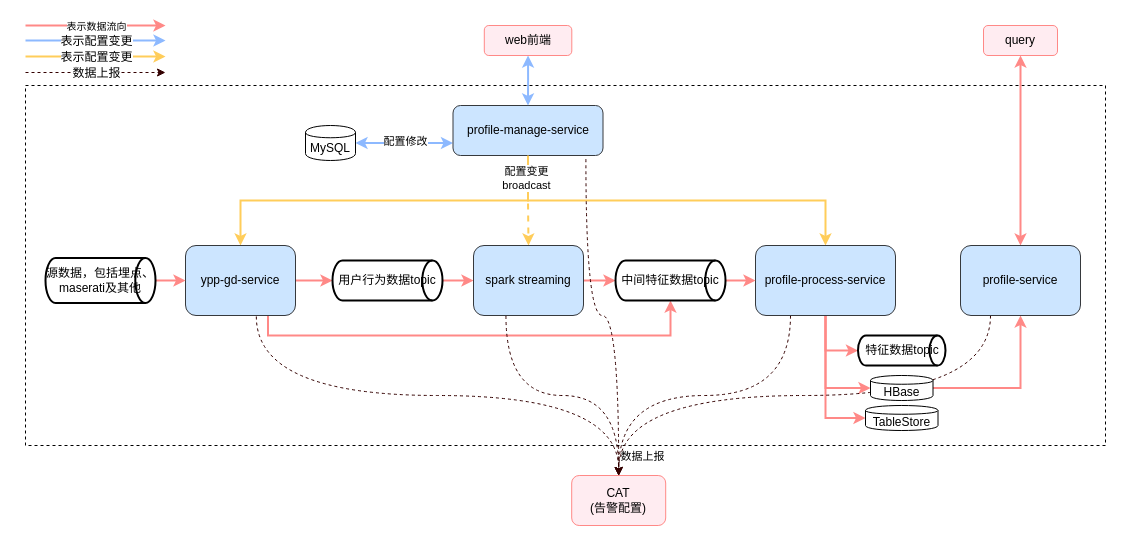
qingchao-kong/draw.io keeps this draw.io diagram as 运行架构图.drawio. Above is the earlier version. Source tidied: cells renumbered, new cells numbered last; positions are measured from the earlier drawing's top-left corner, leaving out a move shared by most shapes. Both pictures are drawn from the tidied source at 100%, with x=0, y=0 at pixel (25, 25).
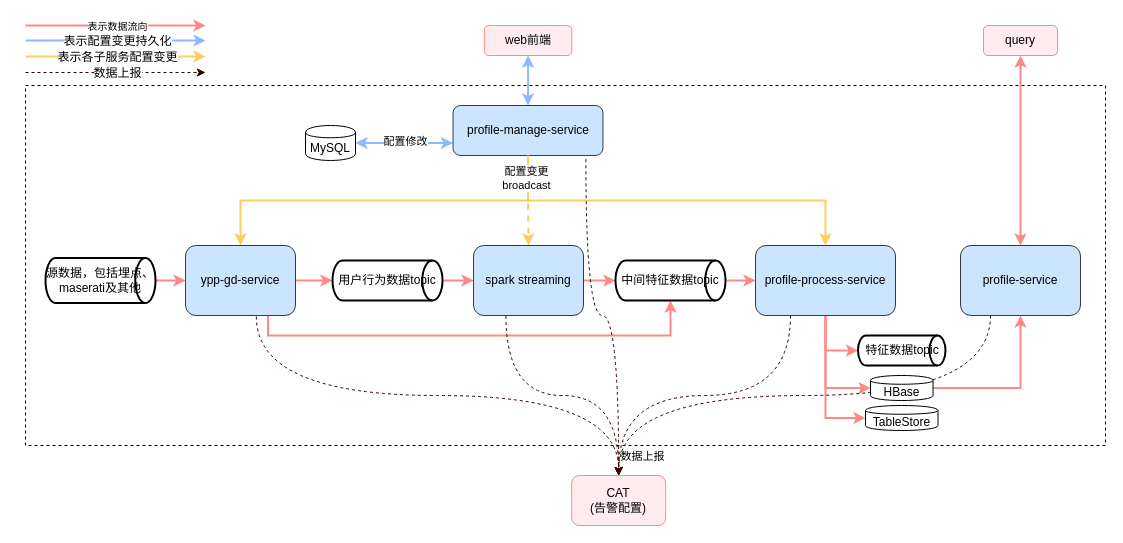
The same diagram, later.

Commit message:
Update 运行架构图.drawio

Change to the diagram source:
```diff
@@
     <mxCell id="30" style="endArrow=classic;html=1;fillColor=#ff8987;strokeColor=#ff8987;strokeWidth=2;" parent="1" edge="1">
       <mxGeometry relative="1" as="geometry">
         <mxPoint as="sourcePoint" />
-        <mxPoint x="140" as="targetPoint" />
+        <mxPoint x="180" as="targetPoint" />
       </mxGeometry>
     </mxCell>
@@
     <mxCell id="33" style="endArrow=classic;html=1;fillColor=#8db9ff;strokeColor=#8db9ff;strokeWidth=2;" parent="1" edge="1">
       <mxGeometry relative="1" as="geometry">
         <mxPoint y="15" as="sourcePoint" />
-        <mxPoint x="140" y="15" as="targetPoint" />
+        <mxPoint x="180" y="15" as="targetPoint" />
       </mxGeometry>
     </mxCell>
-    <mxCell id="34" value="表示配置变更" style="text;html=1;align=center;verticalAlign=middle;labelBackgroundColor=#ffffff;childText;" parent="33" vertex="1">
+    <mxCell id="34" value="表示配置变更持久化" style="text;html=1;align=center;verticalAlign=middle;labelBackgroundColor=#ffffff;childText;" parent="33" vertex="1">
       <mxGeometry x="0.07" y="-1" relative="1" as="geometry">
         <mxPoint x="-5" y="-1" as="offset" />
       </mxGeometry>
     </mxCell>
     <mxCell id="35" style="endArrow=classic;html=1;fillColor=#ffcd5a;strokeColor=#ffcd5a;strokeWidth=2;" parent="1" edge="1">
       <mxGeometry relative="1" as="geometry">
         <mxPoint y="31" as="sourcePoint" />
-        <mxPoint x="140" y="31" as="targetPoint" />
+        <mxPoint x="180" y="31" as="targetPoint" />
       </mxGeometry>
     </mxCell>
-    <mxCell id="36" value="表示配置变更" style="text;html=1;align=center;verticalAlign=middle;labelBackgroundColor=#ffffff;childText;" parent="35" vertex="1">
+    <mxCell id="36" value="表示各子服务配置变更" style="text;html=1;align=center;verticalAlign=middle;labelBackgroundColor=#ffffff;childText;" parent="35" vertex="1">
       <mxGeometry x="0.07" y="-1" relative="1" as="geometry">
         <mxPoint x="-5" y="-1" as="offset" />
       </mxGeometry>
     </mxCell>
@@
     <mxCell id="46" style="endArrow=classic;html=1;fillColor=#ffcd5a;strokeWidth=1;strokeColor=#330000;dashed=1;" parent="1" edge="1">
       <mxGeometry relative="1" as="geometry">
         <mxPoint y="47" as="sourcePoint" />
-        <mxPoint x="140" y="47" as="targetPoint" />
+        <mxPoint x="180" y="47" as="targetPoint" />
       </mxGeometry>
     </mxCell>
```
